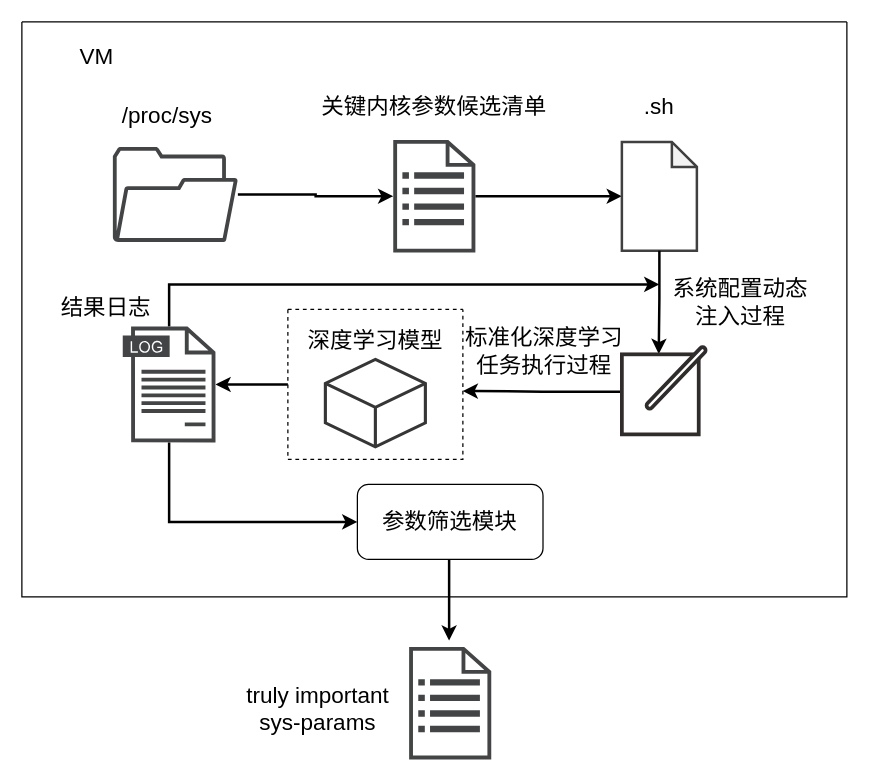
Earlier version of the draw.io diagram page "第 3 页" (3 of 7) of Agent-1.drawio (Dong-J93/_pictures). Source tidied: cells renumbered, new cells numbered last; positions are measured from the earlier drawing's top-left corner, leaving out a move shared by most shapes. Both pictures are drawn from the tidied source at 125%, with x=0, y=0 at pixel (21, 21).
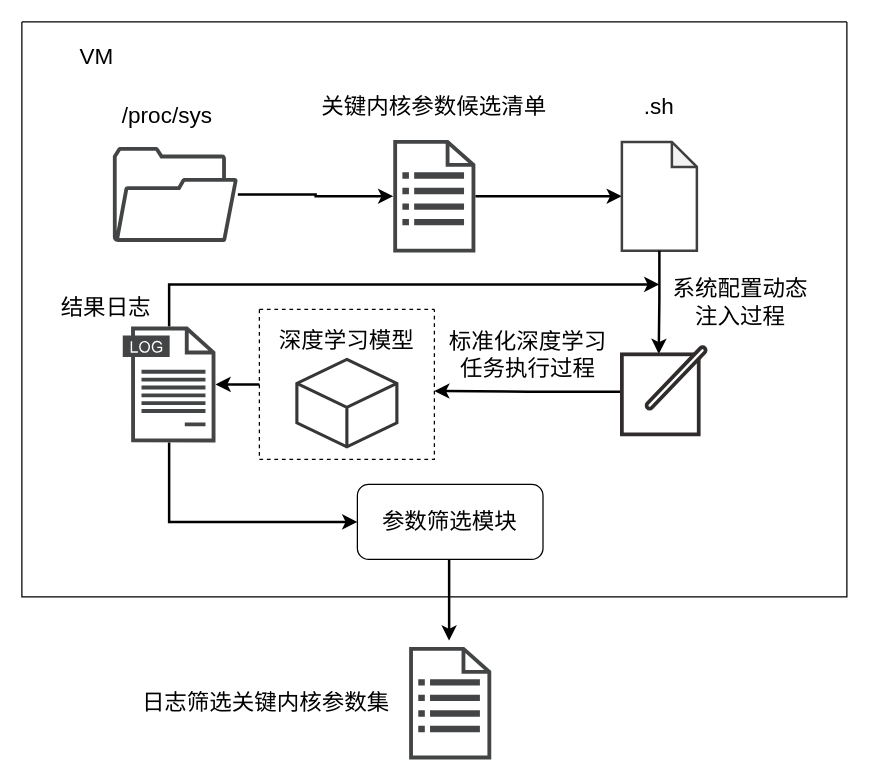
The same diagram, later.

The change refers to these unchanged cells:
```xml
<mxCell id="2" style="swimlane;startSize=0;" parent="1" vertex="1">
  <mxGeometry width="660" height="460" as="geometry" />
</mxCell>
<mxCell id="25" value="&lt;font style=&quot;font-size: 18px;&quot;&gt;参数筛选模块&lt;/font&gt;" style="rounded=1;whiteSpace=wrap;html=1;" parent="2" vertex="1">
  <mxGeometry x="268.4" y="370" width="148.5" height="60" as="geometry" />
</mxCell>
```

What changed in the source:
```diff
@@
     <mxCell id="4" style="swimlane;startSize=0;dashed=1;" parent="2" vertex="1">
-      <mxGeometry x="212.8" y="230" width="140" height="120" as="geometry" />
+      <mxGeometry x="190" y="230" width="140" height="120" as="geometry" />
     </mxCell>
@@
     <mxCell id="24" value="&lt;font style=&quot;font-size: 18px;&quot;&gt;标准化深度学&lt;/font&gt;&lt;span style=&quot;background-color: transparent; color: light-dark(rgb(0, 0, 0), rgb(255, 255, 255)); font-size: 18px;&quot;&gt;习&lt;/span&gt;&lt;div&gt;&lt;span style=&quot;background-color: transparent; color: light-dark(rgb(0, 0, 0), rgb(255, 255, 255)); font-size: 18px;&quot;&gt;任务执行过程&lt;/span&gt;&lt;/div&gt;" style="text;html=1;align=center;verticalAlign=middle;whiteSpace=wrap;rounded=0;" parent="2" vertex="1">
-      <mxGeometry x="352.8" y="240" width="130" height="47.5" as="geometry" />
+      <mxGeometry x="340" y="243.7" width="130" height="47.5" as="geometry" />
     </mxCell>
@@
+    <mxCell id="28" style="edgeStyle=orthogonalEdgeStyle;rounded=0;jettySize=auto;html=1;strokeWidth=2;" parent="2" edge="1" source="25">
+      <mxGeometry relative="1" as="geometry">
+        <mxPoint x="341.8" y="495" as="targetPoint" />
+        <Array as="points">
+          <mxPoint x="341.8" y="495" />
+        </Array>
+      </mxGeometry>
+    </mxCell>
-    <mxCell id="27" value="&lt;font style=&quot;font-size: 18px;&quot;&gt;truly important&lt;/font&gt;&lt;div&gt;&lt;font style=&quot;font-size: 18px;&quot;&gt;sys-params&lt;/font&gt;&lt;/div&gt;" style="text;html=1;align=center;verticalAlign=middle;whiteSpace=wrap;rounded=0;" parent="2" vertex="1">
-      <mxGeometry x="164.1" y="525" width="145.7" height="50" as="geometry" />
+    <mxCell id="27" value="&lt;font style=&quot;font-size: 18px;&quot;&gt;日志筛选关键内核参数集&lt;/font&gt;" style="text;html=1;align=center;verticalAlign=middle;whiteSpace=wrap;rounded=0;" parent="1" vertex="1">
+      <mxGeometry x="90" y="520" width="210.5" height="50" as="geometry" />
     </mxCell>
-    <mxCell id="28" style="edgeStyle=orthogonalEdgeStyle;rounded=0;jettySize=auto;html=1;strokeWidth=2;" parent="2" edge="1" source="25">
-      <mxGeometry relative="1" as="geometry">
-        <mxPoint x="341.8" y="495" as="targetPoint" />
-        <Array as="points">
-          <mxPoint x="341.8" y="495" />
-        </Array>
-      </mxGeometry>
-    </mxCell>
```
